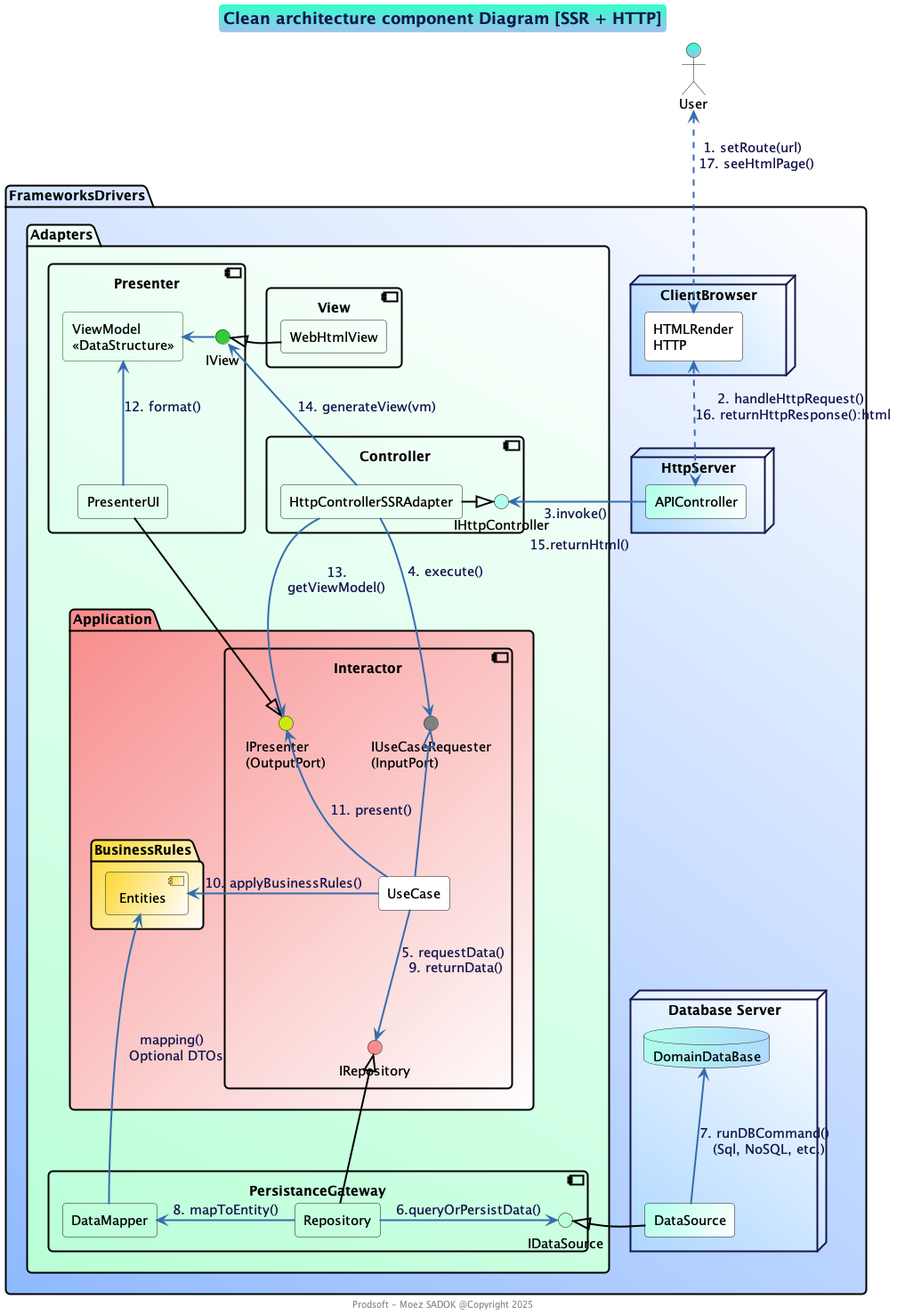
Before: out/docs/ca-concept/component-diagram-ca-layers-ssr-http/component-diagram-ca-layers-ssr-http.png, a diagram exported from PlantUML (moez-sadok/chat-clean-architecture). Source of this version:
```plantuml
@startuml

!include ../design/prodsoft.wsd

title Clean architecture component Diagram [SSR + HTTP]
footer Prodsoft - Moez SADOK @Copyright 2025

actor User

package "FrameworksDrivers" #90baff\White;line:Black;line.bold {

    package "Adapters" #baffd8\White;line:Black;line.bold {

        component "PersistanceGateway" #transparent;line:Black;line.bold {
            interface IDataSource #baffd8
            rectangle "DataMapper" as DataMapper #transparent
            rectangle Repository #transparent
        }

        component "Presenter\n" as Presenter #transparent;line:Black;line.bold{
            interface IView #LimeGreen
            rectangle PresenterUI #transparent
            rectangle "ViewModel\n<<DataStructure>>"  as ViewModel #transparent;line:DarkGreen;
        }

        component View #transparent;line:Black;line.bold{
            rectangle  WebHtmlView #transparent
        }

        component "Controller\n" as Controller #transparent;line:Black;line.bold{

            interface IHttpController $PRIMARY_LIGHT
            rectangle HttpControllerSSRAdapter  #transparent
        }

        package "Application" #f88c8c/White;line:Black;line.bold {

            package "BusinessRules" #FDD835/White;line:Black;line.bold {
                [Entities] #FDD835/White
            }

            component Interactor #transparent;line:Black;line.bold{
                interface IRepository #f88c8c
                interface "IUseCaseRequester\n(InputPort)" as IUseCaseRequester #Gray
                rectangle UseCase #White
                interface "IPresenter\n(OutputPort)" as IPresenter  #CDE711
            }
        }
    }

    node "HttpServer" #afd8ff\White {
        rectangle APIController  $PRIMARY_LIGHT/White
    }

     node "ClientBrowser" #afd8ff\White  {
        rectangle "HTMLRender\nHTTP" as Browser #White
    }

    node "Database Server" #afd8ff\White {
        database DomainDataBase $PRIMARY_LIGHT/afd8ff
        rectangle DataSource $PRIMARY_LIGHT/White
    }
}

User <..> Browser : 1. setRoute(url) \n 17. seeHtmlPage()
Browser <.down.> APIController :  2. handleHttpRequest() \n16. returnHttpResponse():html
APIController -left-> IHttpController :3.invoke() \n\n 15.returnHtml()

HttpControllerSSRAdapter -down-> IPresenter : \n13.\ngetViewModel()

HttpControllerSSRAdapter --> IUseCaseRequester : 4. execute()
HttpControllerSSRAdapter -right-|>  IHttpController #Black
HttpControllerSSRAdapter -left-> IView : 14. generateView(vm)

UseCase -up-|> IUseCaseRequester :\n
UseCase -up-> IPresenter : 11. present()
UseCase -left-> Entities  : 10. applyBusinessRules()
UseCase -down-> IRepository : 5. requestData() \n9. returnData()

PresenterUI -down-|>  IPresenter #Black
WebHtmlView -left-|> IView #Black
ViewModel <-down- PresenterUI : 12. format()
IView -left-> ViewModel

Repository  -up-|>  IRepository #Black
Repository -right-> IDataSource : 6.queryOrPersistData()
Repository -left-> DataMapper : 8. mapToEntity()
DataSource -left-|> IDataSource #Black
DataSource -up-> DomainDataBase : 7. runDBCommand() \n (Sql, NoSQL, etc.)

DataMapper -up[hidden]-> PresenterUI
DataMapper -up-> Entities: mapping() \n Optional DTOs

@enduml
```
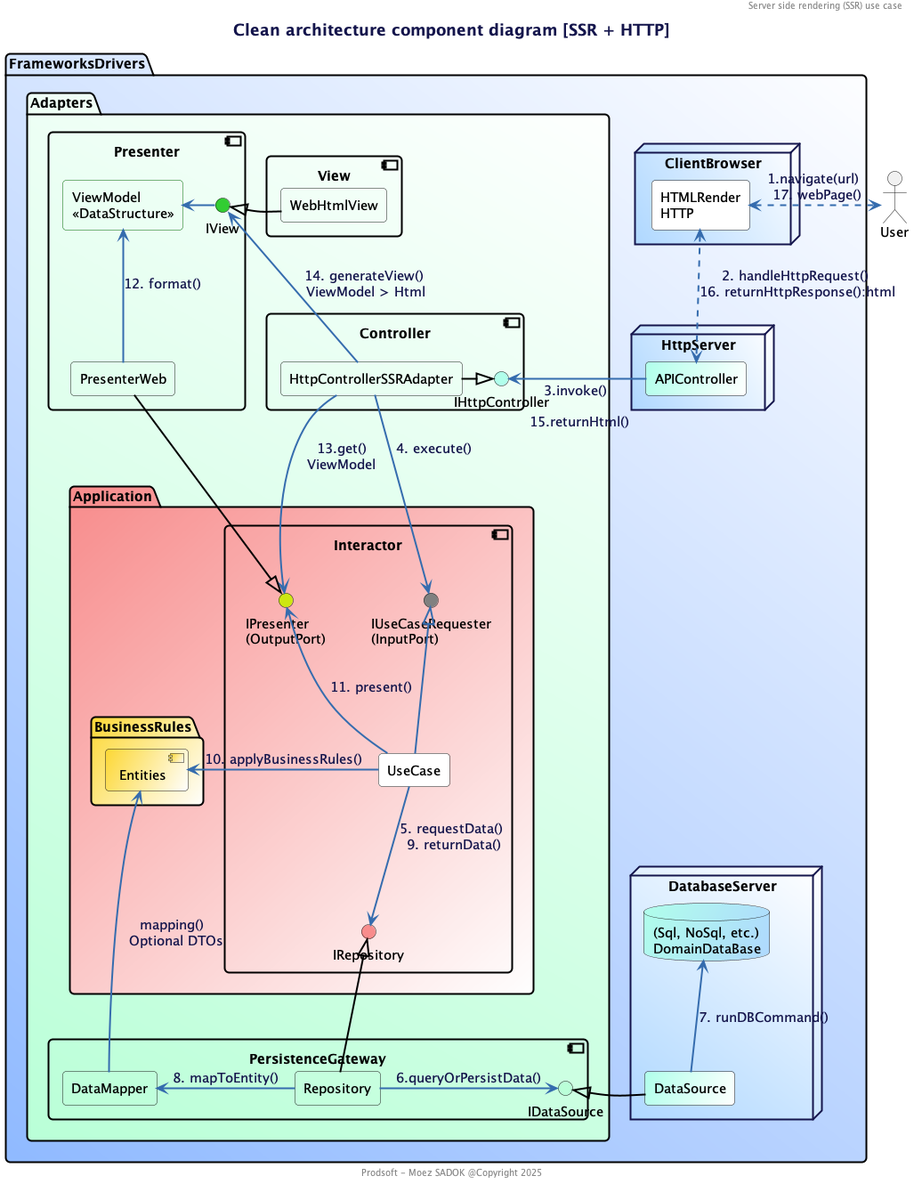
Later version of the same file.

Change to the diagram source:
```diff
@@ -2,7 +2,8 @@
 
 !include ../design/prodsoft.wsd
 
-title Clean architecture component Diagram [SSR + HTTP]
+title Clean architecture component diagram [SSR + HTTP]
+header Server side rendering (SSR) use case
 footer Prodsoft - Moez SADOK @Copyright 2025
 
 actor User
@@ -11,7 +12,7 @@
 
     package "Adapters" #baffd8\White;line:Black;line.bold {
 
-        component "PersistanceGateway" #transparent;line:Black;line.bold {
+        component "PersistenceGateway" #transparent;line:Black;line.bold {
             interface IDataSource #baffd8
             rectangle "DataMapper" as DataMapper #transparent
             rectangle Repository #transparent
@@ -19,7 +20,7 @@
 
         component "Presenter\n" as Presenter #transparent;line:Black;line.bold{
             interface IView #LimeGreen
-            rectangle PresenterUI #transparent
+            rectangle PresenterWeb #transparent
             rectangle "ViewModel\n<<DataStructure>>"  as ViewModel #transparent;line:DarkGreen;
         }
 
@@ -56,39 +57,40 @@
         rectangle "HTMLRender\nHTTP" as Browser #White
     }
 
-    node "Database Server" #afd8ff\White {
-        database DomainDataBase $PRIMARY_LIGHT/afd8ff
+    node "DatabaseServer" #afd8ff\White {
+        database "(Sql, NoSql, etc.)\nDomainDataBase" as DomainDataBase $PRIMARY_LIGHT/afd8ff
         rectangle DataSource $PRIMARY_LIGHT/White
     }
 }
 
-User <..> Browser : 1. setRoute(url) \n 17. seeHtmlPage()
+User <.left.> Browser : 1.navigate(url) \n 17. webPage()
 Browser <.down.> APIController :  2. handleHttpRequest() \n16. returnHttpResponse():html
 APIController -left-> IHttpController :3.invoke() \n\n 15.returnHtml()
 
-HttpControllerSSRAdapter -down-> IPresenter : \n13.\ngetViewModel()
+HttpControllerSSRAdapter -down-> IPresenter : \n13.get()\nViewModel
+
 
 HttpControllerSSRAdapter --> IUseCaseRequester : 4. execute()
 HttpControllerSSRAdapter -right-|>  IHttpController #Black
-HttpControllerSSRAdapter -left-> IView : 14. generateView(vm)
+HttpControllerSSRAdapter -left-> IView : 14. generateView()\n ViewModel > Html
 
 UseCase -up-|> IUseCaseRequester :\n
 UseCase -up-> IPresenter : 11. present()
 UseCase -left-> Entities  : 10. applyBusinessRules()
 UseCase -down-> IRepository : 5. requestData() \n9. returnData()
 
-PresenterUI -down-|>  IPresenter #Black
+PresenterWeb -down-|>  IPresenter #Black
 WebHtmlView -left-|> IView #Black
-ViewModel <-down- PresenterUI : 12. format()
+ViewModel <-down- PresenterWeb : 12. format()
 IView -left-> ViewModel
 
 Repository  -up-|>  IRepository #Black
 Repository -right-> IDataSource : 6.queryOrPersistData()
 Repository -left-> DataMapper : 8. mapToEntity()
 DataSource -left-|> IDataSource #Black
-DataSource -up-> DomainDataBase : 7. runDBCommand() \n (Sql, NoSQL, etc.)
+DataSource -up-> DomainDataBase : 7. runDBCommand()
 
-DataMapper -up[hidden]-> PresenterUI
+DataMapper -up[hidden]-> PresenterWeb
 DataMapper -up-> Entities: mapping() \n Optional DTOs
 
 @enduml
```
